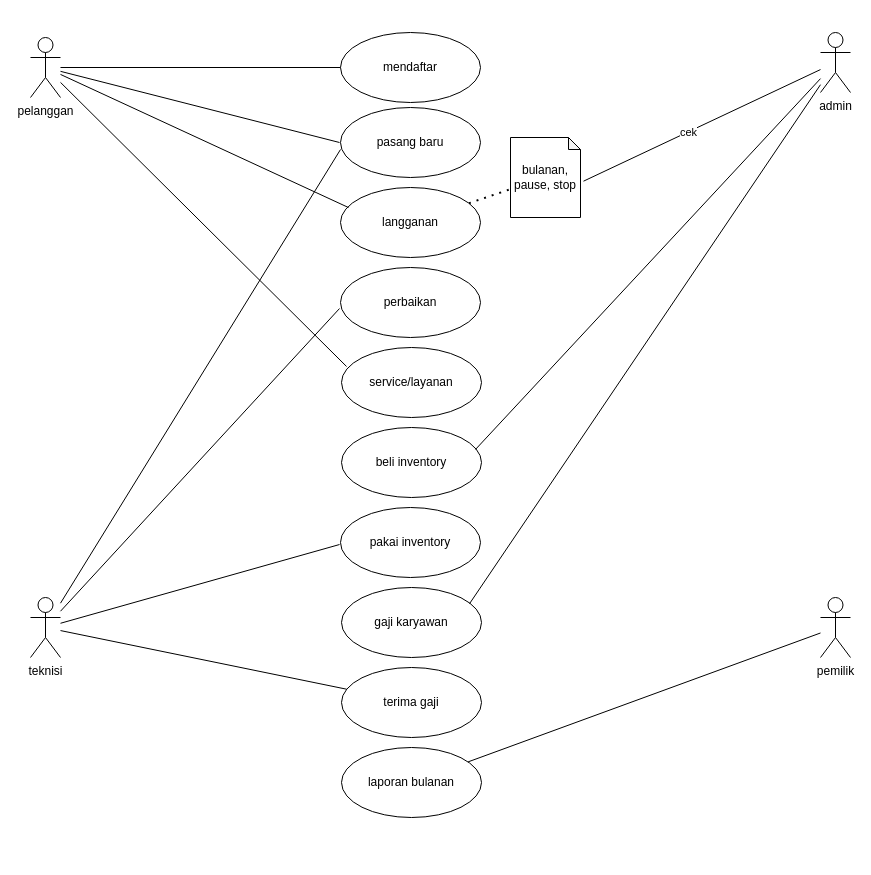
Above: usecase.drawio in achrizal15/jmiapps (draw.io), before the change. Source tidied: cells renumbered, new cells numbered last; positions are measured from the earlier drawing's top-left corner, leaving out a move shared by most shapes. Both pictures are drawn from the tidied source at 100%, with x=0, y=0 at pixel (30, 32).
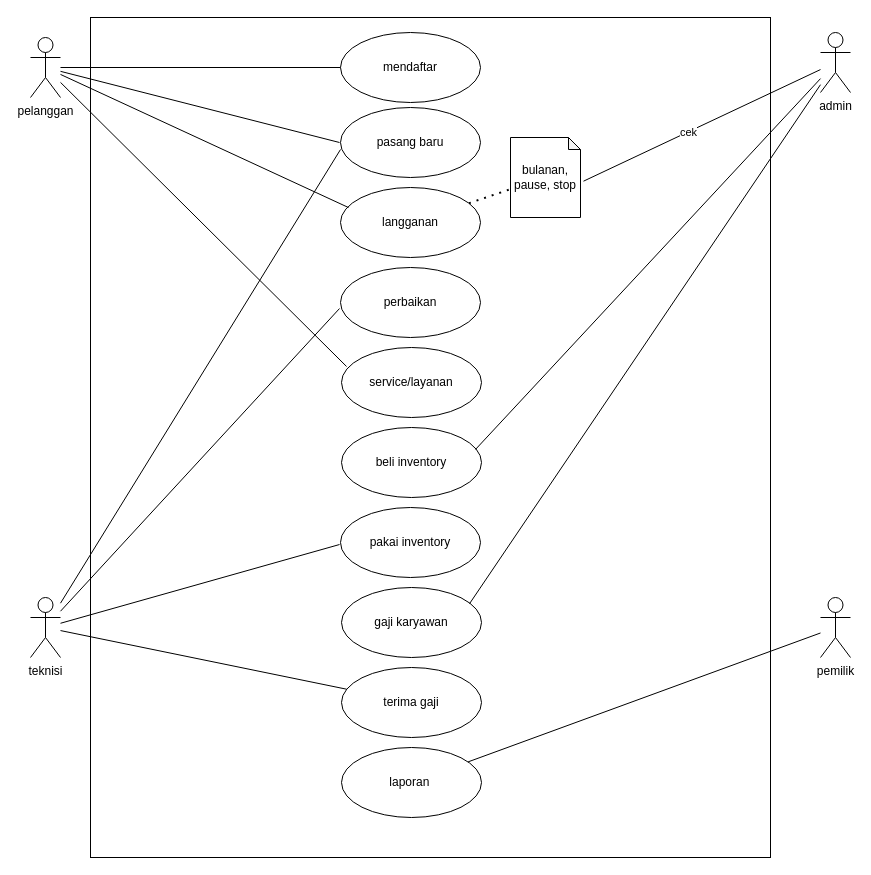
Above is the later version.

Change to the diagram source:
```diff
@@
-    <mxCell id="29" value="laporan bulanan" style="ellipse;whiteSpace=wrap;html=1;" parent="1" vertex="1">
+    <mxCell id="29" value="laporan&amp;nbsp;" style="ellipse;whiteSpace=wrap;html=1;" parent="1" vertex="1">
       <mxGeometry x="311" y="715" width="140" height="70" as="geometry" />
     </mxCell>
@@
+    <mxCell id="31" style="whiteSpace=wrap;html=1;fillColor=none;" parent="1" vertex="1">
+      <mxGeometry x="60" y="-15" width="680" height="840" as="geometry" />
+    </mxCell>
```
